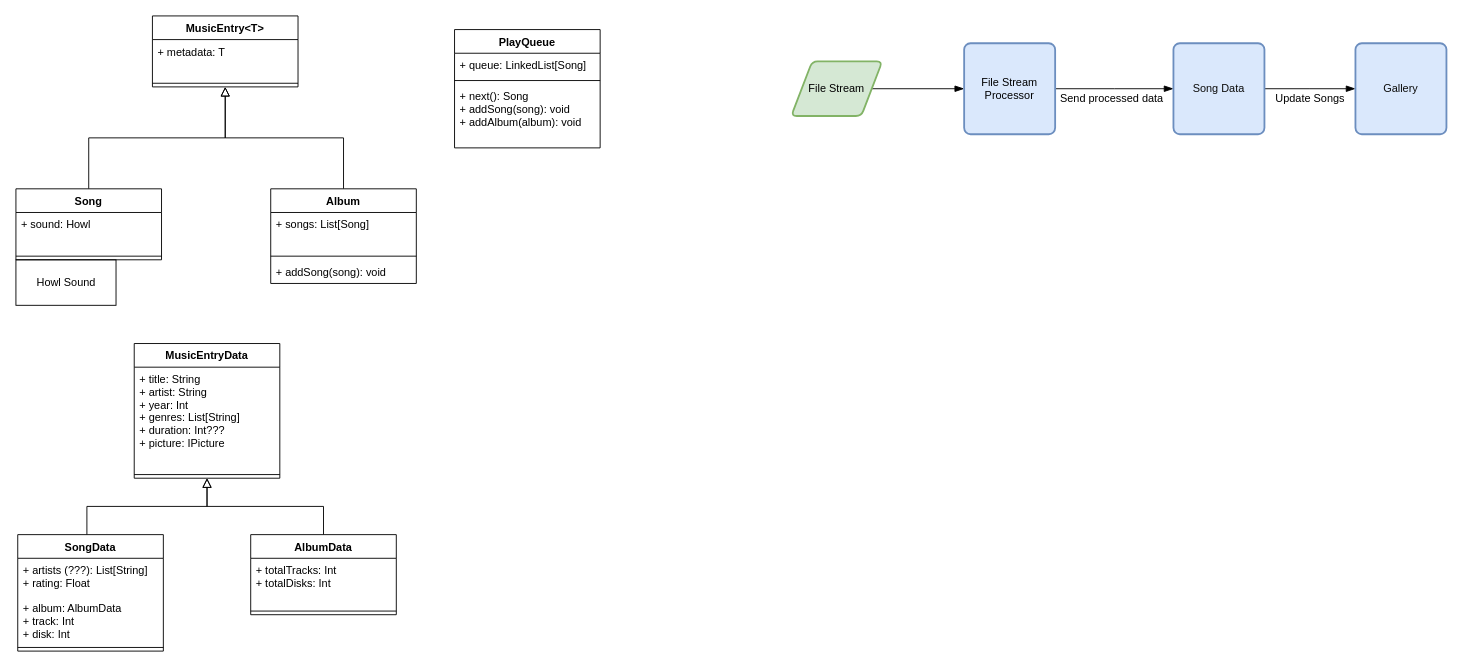
Before: design/music-data-model.drawio in elatoskinas/music-desktop-app, a draw.io diagram. Source tidied: cells renumbered, new cells numbered last; positions are measured from the earlier drawing's top-left corner, leaving out a move shared by most shapes. Both pictures are drawn from the tidied source at 91%, with x=0, y=0 at pixel (15, 15).
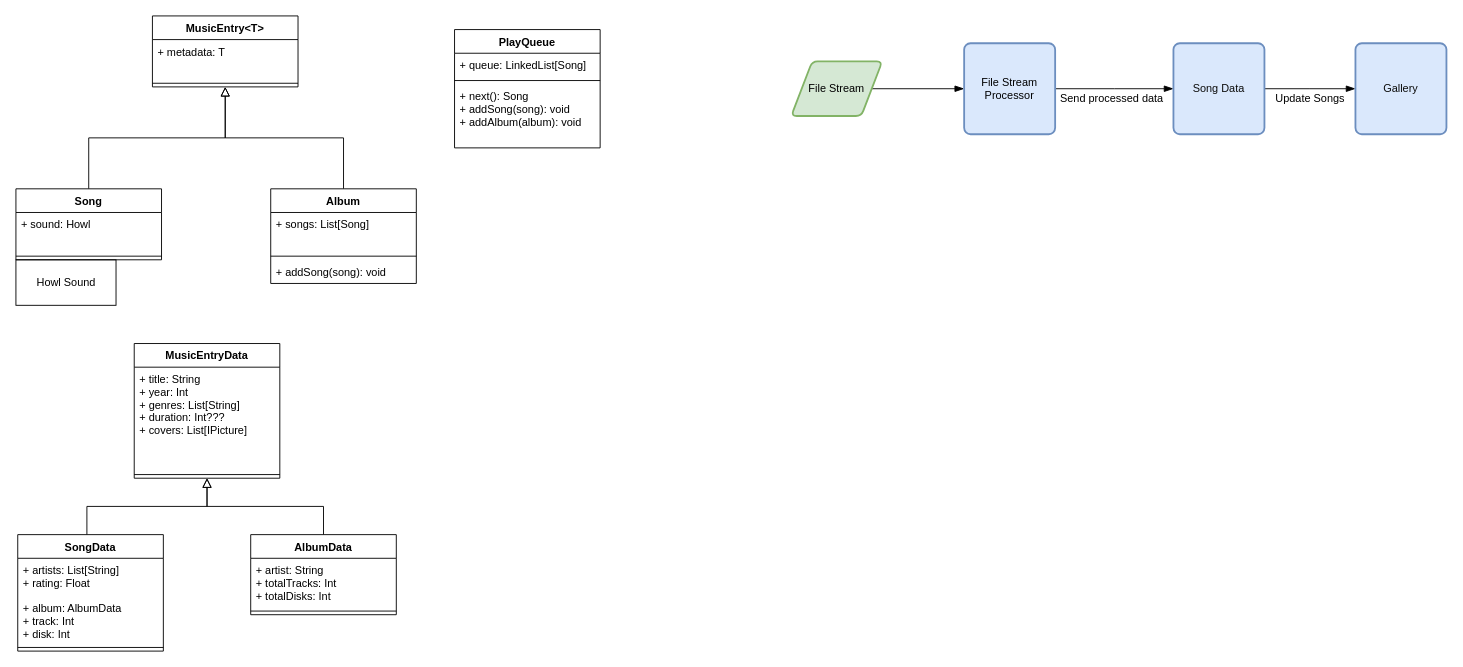
After the change.

Commit message (it also covers changes not shown here):
Implement music-data classes based on UML diagrams

Unchanged cells that the change refers to:
```xml
<mxCell id="17" value="MusicEntryData" style="swimlane;fontStyle=1;align=center;verticalAlign=top;horizontal=1;startSize=26;" parent="1" vertex="1">
  <mxGeometry x="130" y="360" width="160" height="148" as="geometry" />
</mxCell>
<mxCell id="20" value="AlbumData" style="swimlane;fontStyle=1;align=center;verticalAlign=top;horizontal=1;startSize=26;" parent="1" vertex="1">
  <mxGeometry x="258" y="570" width="160" height="88" as="geometry" />
</mxCell>
<mxCell id="23" value="SongData" style="swimlane;fontStyle=1;align=center;verticalAlign=top;horizontal=1;startSize=26;" parent="1" vertex="1">
  <mxGeometry x="2" y="570" width="160" height="128" as="geometry" />
</mxCell>
```

Diff of the diagram source:
```diff
@@
-    <mxCell id="18" value="+ title: String&#10;+ artist: String&#10;+ year: Int&#10;+ genres: List[String]&#10;+ duration: Int???&#10;+ picture: IPicture" style="text;strokeColor=none;fillColor=none;align=left;verticalAlign=top;spacingLeft=4;spacingRight=4;overflow=hidden;" parent="17" vertex="1">
+    <mxCell id="18" value="+ title: String&#10;+ year: Int&#10;+ genres: List[String]&#10;+ duration: Int???&#10;+ covers: List[IPicture]" style="text;strokeColor=none;fillColor=none;align=left;verticalAlign=top;spacingLeft=4;spacingRight=4;overflow=hidden;" parent="17" vertex="1">
       <mxGeometry y="26" width="160" height="114" as="geometry" />
     </mxCell>
@@
-    <mxCell id="21" value="+ totalTracks: Int&#10;+ totalDisks: Int" style="text;strokeColor=none;fillColor=none;align=left;verticalAlign=top;spacingLeft=4;spacingRight=4;overflow=hidden;" parent="20" vertex="1">
+    <mxCell id="21" value="+ artist: String&#10;+ totalTracks: Int&#10;+ totalDisks: Int" style="text;strokeColor=none;fillColor=none;align=left;verticalAlign=top;spacingLeft=4;spacingRight=4;overflow=hidden;" parent="20" vertex="1">
       <mxGeometry y="26" width="160" height="54" as="geometry" />
     </mxCell>
@@
-    <mxCell id="24" value="+ artists (???): List[String]&#10;+ rating: Float&#10;&#10;+ album: AlbumData&#10;+ track: Int&#10;+ disk: Int" style="text;strokeColor=none;fillColor=none;align=left;verticalAlign=top;spacingLeft=4;spacingRight=4;overflow=hidden;" parent="23" vertex="1">
+    <mxCell id="24" value="+ artists: List[String]&#10;+ rating: Float&#10;&#10;+ album: AlbumData&#10;+ track: Int&#10;+ disk: Int" style="text;strokeColor=none;fillColor=none;align=left;verticalAlign=top;spacingLeft=4;spacingRight=4;overflow=hidden;" parent="23" vertex="1">
       <mxGeometry y="26" width="160" height="94" as="geometry" />
     </mxCell>
```
